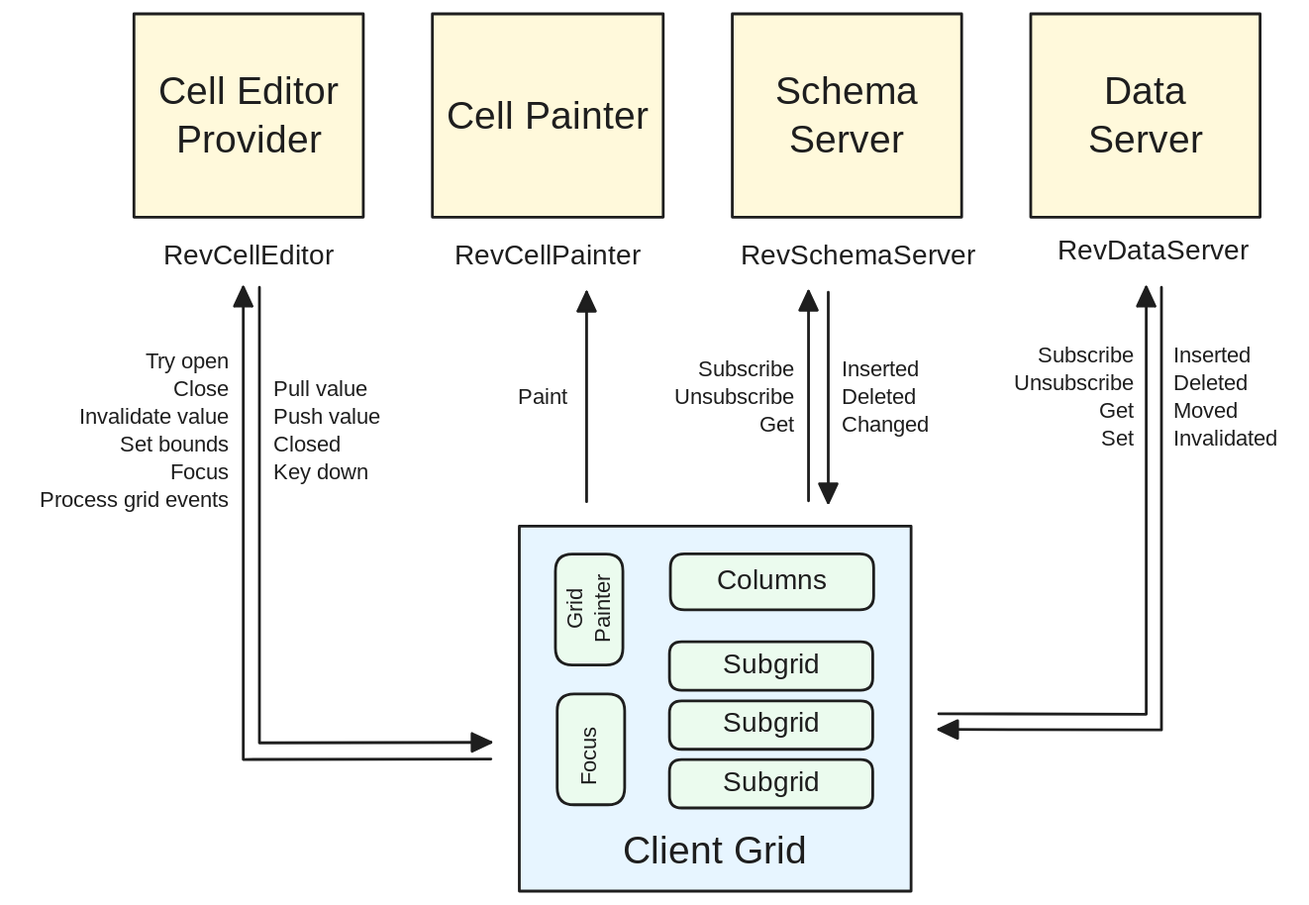
This is src-docs/architecture/top-level/client-server/revgrid-client-server-architecture.excalidraw.svg from revgrid/revgrid, a Excalidraw export, as it was before one commit. Source tidied: one line per element, renumbered; positions are measured from the earlier drawing's top-left corner, leaving out a move shared by most shapes. Source of this version:
```json
{"id": 0, "type": "text", "text": "Try open\nClose\nInvalidate value\nSet bounds\nFocus\nProcess grid events", "strokeColor": "#1e1e1e", "strokeWidth": 2, "roughness": 0, "fontSize": 16, "fontFamily": 5, "textAlign": "right", "x": 0, "y": 242, "width": 155, "height": 120}
{"id": 1, "type": "rectangle", "strokeColor": "#1e1e1e", "backgroundColor": "#e7f5ff", "fillStyle": "solid", "strokeWidth": 2, "roughness": 0, "x": 365, "y": 370, "width": 283, "height": 263}
{"id": 2, "type": "rectangle", "strokeColor": "#1e1e1e", "backgroundColor": "#ebfbee", "fillStyle": "solid", "strokeWidth": 2, "roughness": 0, "round": true, "x": 473, "y": 496, "width": 147, "height": 35}
{"id": 3, "type": "text", "text": "Subgrid", "strokeColor": "#1e1e1e", "strokeWidth": 2, "roughness": 0, "fontSize": 20, "fontFamily": 5, "textAlign": "center", "verticalAlign": "middle", "inside": 2, "x": 511, "y": 501, "width": 72, "height": 25}
{"id": 4, "type": "text", "text": "Client Grid", "strokeColor": "#1e1e1e", "strokeWidth": 2, "roughness": 0, "fontSize": 28, "fontFamily": 6, "textAlign": "center", "x": 421, "y": 586, "width": 170, "height": 35}
{"id": 5, "type": "rectangle", "strokeColor": "#1e1e1e", "backgroundColor": "#ebfbee", "fillStyle": "solid", "strokeWidth": 2, "roughness": 0, "round": true, "x": 473, "y": 453, "width": 147, "height": 35}
{"id": 6, "type": "text", "text": "Subgrid", "strokeColor": "#1e1e1e", "strokeWidth": 2, "roughness": 0, "fontSize": 20, "fontFamily": 5, "textAlign": "center", "verticalAlign": "middle", "inside": 5, "x": 511, "y": 458, "width": 72, "height": 25}
{"id": 7, "type": "rectangle", "strokeColor": "#1e1e1e", "backgroundColor": "#ebfbee", "fillStyle": "solid", "strokeWidth": 2, "roughness": 0, "round": true, "x": 474, "y": 390, "width": 147, "height": 40}
{"id": 8, "type": "text", "text": "Columns", "strokeColor": "#1e1e1e", "strokeWidth": 2, "roughness": 0, "fontSize": 20, "fontFamily": 5, "textAlign": "center", "verticalAlign": "middle", "inside": 7, "x": 510, "y": 397, "width": 75, "height": 25}
{"id": 9, "type": "rectangle", "strokeColor": "#1e1e1e", "backgroundColor": "#ebfbee", "fillStyle": "solid", "strokeWidth": 2, "roughness": 0, "round": true, "x": 473, "y": 538, "width": 147, "height": 35}
{"id": 10, "type": "text", "text": "Subgrid", "strokeColor": "#1e1e1e", "strokeWidth": 2, "roughness": 0, "fontSize": 20, "fontFamily": 5, "textAlign": "center", "verticalAlign": "middle", "inside": 9, "x": 511, "y": 543, "width": 72, "height": 25}
{"id": 11, "type": "rectangle", "strokeColor": "#1e1e1e", "backgroundColor": "#fff9db", "fillStyle": "solid", "strokeWidth": 2, "roughness": 0, "x": 518, "y": 0, "width": 165, "height": 147}
{"id": 12, "type": "text", "text": "Schema\nServer", "strokeColor": "#1e1e1e", "strokeWidth": 2, "roughness": 0, "fontSize": 28, "fontFamily": 6, "textAlign": "center", "verticalAlign": "middle", "inside": 11, "x": 551, "y": 38, "width": 101, "height": 70}
{"id": 13, "type": "rectangle", "strokeColor": "#1e1e1e", "backgroundColor": "#fff9db", "fillStyle": "solid", "strokeWidth": 2, "roughness": 0, "x": 734, "y": 0, "width": 165, "height": 147}
{"id": 14, "type": "text", "text": "Data\nServer", "strokeColor": "#1e1e1e", "strokeWidth": 2, "roughness": 0, "fontSize": 28, "fontFamily": 6, "textAlign": "center", "verticalAlign": "middle", "inside": 13, "x": 775, "y": 38, "width": 83, "height": 70}
{"id": 15, "type": "rectangle", "strokeColor": "#1e1e1e", "backgroundColor": "#fff9db", "fillStyle": "solid", "strokeWidth": 2, "roughness": 0, "x": 87, "y": 0, "width": 165, "height": 147}
{"id": 16, "type": "text", "text": "Cell Editor\nProvider", "strokeColor": "#1e1e1e", "strokeWidth": 2, "roughness": 0, "fontSize": 28, "fontFamily": 6, "textAlign": "center", "verticalAlign": "middle", "inside": 15, "x": 103, "y": 38, "width": 133, "height": 70}
{"id": 17, "type": "rectangle", "strokeColor": "#1e1e1e", "backgroundColor": "#fff9db", "fillStyle": "solid", "strokeWidth": 2, "roughness": 0, "x": 302, "y": 0, "width": 167, "height": 147}
{"id": 18, "type": "text", "text": "Cell Painter", "strokeColor": "#1e1e1e", "strokeWidth": 2, "roughness": 0, "fontSize": 28, "fontFamily": 6, "textAlign": "center", "verticalAlign": "middle", "inside": 17, "x": 311, "y": 56, "width": 148, "height": 35}
{"id": 19, "type": "arrow", "strokeColor": "#1e1e1e", "strokeWidth": 2, "roughness": 0, "endArrowhead": "triangle", "to": 1, "x": 588, "y": 201, "width": 0, "height": 152, "points": [[0, 0], [0, 152]]}
{"id": 20, "type": "arrow", "strokeColor": "#1e1e1e", "strokeWidth": 2, "roughness": 0, "startArrowhead": "triangle", "x": 573, "y": 200, "width": 0, "height": 151, "points": [[0, 0], [0, 151]]}
{"id": 21, "type": "arrow", "strokeColor": "#1e1e1e", "strokeWidth": 2, "roughness": 0, "startArrowhead": "triangle", "x": 413, "y": 201, "width": 0, "height": 151, "points": [[0, 0], [0, 151]]}
{"id": 22, "type": "text", "text": "Subscribe\nUnsubscribe\nGet", "strokeColor": "#1e1e1e", "strokeWidth": 2, "roughness": 0, "fontSize": 16, "fontFamily": 5, "textAlign": "right", "x": 472, "y": 248, "width": 91, "height": 60}
{"id": 23, "type": "text", "text": "Inserted\nDeleted\nChanged", "strokeColor": "#1e1e1e", "strokeWidth": 2, "roughness": 0, "fontSize": 16, "fontFamily": 5, "x": 597, "y": 248, "width": 68, "height": 60}
{"id": 24, "type": "arrow", "strokeColor": "#1e1e1e", "strokeWidth": 2, "roughness": 0, "endArrowhead": "triangle", "x": 828, "y": 197, "width": 161, "height": 319, "points": [[0, 0], [0, 319], [-161, 319]]}
{"id": 25, "type": "arrow", "strokeColor": "#1e1e1e", "strokeWidth": 2, "roughness": 0, "startArrowhead": "triangle", "x": 165, "y": 197, "width": 179, "height": 341, "points": [[0, 0], [0, 341], [179, 340]]}
{"id": 26, "type": "arrow", "strokeColor": "#1e1e1e", "strokeWidth": 2, "roughness": 0, "startArrowhead": "triangle", "x": 817, "y": 197, "width": 150, "height": 308, "points": [[0, 0], [0, 308], [-150, 308]]}
{"id": 27, "type": "arrow", "strokeColor": "#1e1e1e", "strokeWidth": 2, "roughness": 0, "endArrowhead": "triangle", "x": 177, "y": 197, "width": 167, "height": 329, "points": [[0, 0], [0, 329], [167, 328]]}
{"id": 28, "type": "text", "text": "Subscribe\nUnsubscribe\nGet\nSet", "strokeColor": "#1e1e1e", "strokeWidth": 2, "roughness": 0, "fontSize": 16, "fontFamily": 5, "textAlign": "right", "x": 717, "y": 238, "width": 91, "height": 80}
{"id": 29, "type": "text", "text": "Pull value\nPush value\nClosed\nKey down", "strokeColor": "#1e1e1e", "strokeWidth": 2, "roughness": 0, "fontSize": 16, "fontFamily": 5, "x": 187, "y": 262, "width": 82, "height": 80}
{"id": 30, "type": "text", "text": "Inserted\nDeleted\nMoved\nInvalidated", "strokeColor": "#1e1e1e", "strokeWidth": 2, "roughness": 0, "fontSize": 16, "fontFamily": 5, "x": 837, "y": 238, "width": 88, "height": 80}
{"id": 31, "type": "rectangle", "strokeColor": "#1e1e1e", "backgroundColor": "#ebfbee", "fillStyle": "solid", "strokeWidth": 2, "roughness": 0, "round": true, "x": 392, "y": 491, "width": 49, "height": 80}
{"id": 32, "type": "text", "text": "Focus", "strokeColor": "#1e1e1e", "angle": 4.71, "strokeWidth": 2, "roughness": 0, "fontSize": 16, "fontFamily": 5, "x": 390, "y": 521, "width": 51, "height": 20}
{"id": 33, "type": "text", "text": "RevDataServer", "strokeColor": "#1e1e1e", "backgroundColor": "#ebfbee", "fillStyle": "solid", "strokeWidth": 2, "roughness": 0, "fontSize": 20, "fontFamily": 5, "textAlign": "center", "x": 742, "y": 160, "width": 159, "height": 25}
{"id": 34, "type": "text", "text": "RevSchemaServer", "strokeColor": "#1e1e1e", "backgroundColor": "#ebfbee", "fillStyle": "solid", "strokeWidth": 2, "roughness": 0, "fontSize": 20, "fontFamily": 5, "textAlign": "center", "x": 518, "y": 163, "width": 182, "height": 25}
{"id": 35, "type": "text", "text": "RevCellPainter", "strokeColor": "#1e1e1e", "backgroundColor": "#ebfbee", "fillStyle": "solid", "strokeWidth": 2, "roughness": 0, "fontSize": 20, "fontFamily": 5, "textAlign": "center", "x": 294, "y": 163, "width": 182, "height": 25}
{"id": 36, "type": "text", "text": "RevCellEditor", "strokeColor": "#1e1e1e", "backgroundColor": "#ebfbee", "fillStyle": "solid", "strokeWidth": 2, "roughness": 0, "fontSize": 20, "fontFamily": 5, "textAlign": "center", "x": 78, "y": 163, "width": 182, "height": 25}
{"id": 37, "type": "text", "text": "Paint", "strokeColor": "#1e1e1e", "strokeWidth": 2, "roughness": 0, "fontSize": 16, "fontFamily": 5, "x": 364, "y": 268, "width": 41, "height": 20}
{"id": 38, "type": "rectangle", "strokeColor": "#1e1e1e", "backgroundColor": "#ebfbee", "fillStyle": "solid", "strokeWidth": 2, "roughness": 0, "round": true, "x": 391, "y": 390, "width": 49, "height": 80}
{"id": 39, "type": "text", "text": "Grid\nPainter", "strokeColor": "#1e1e1e", "angle": 4.71, "strokeWidth": 2, "roughness": 0, "fontSize": 16, "fontFamily": 5, "textAlign": "center", "x": 386, "y": 409, "width": 59, "height": 40}
```
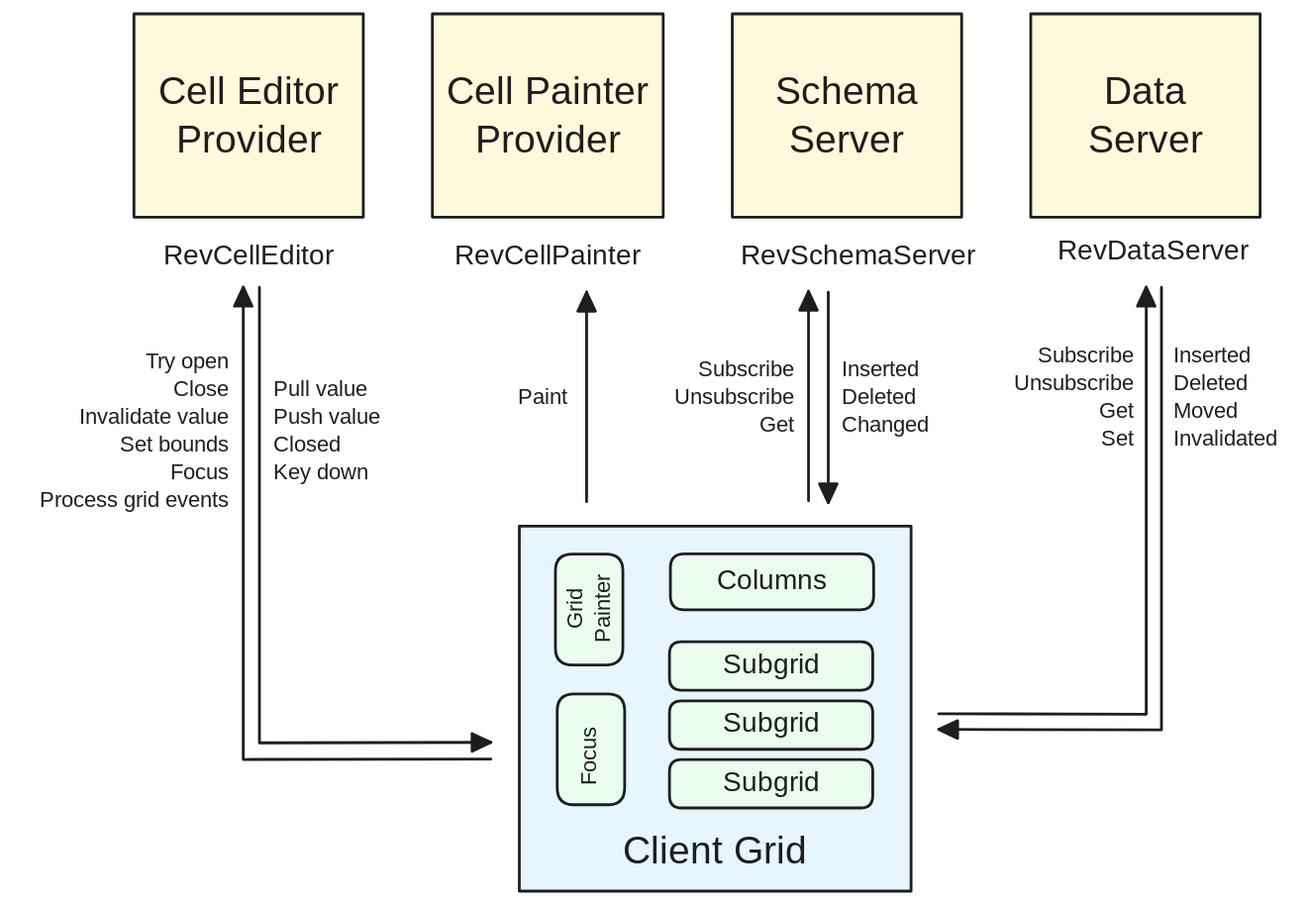
Later version of the same file.

Commit message:
Update revgrid-client-server-architecture diagram

Change to the diagram source:
```diff
@@ -16,7 +16,7 @@
 {"id": 15, "type": "rectangle", "strokeColor": "#1e1e1e", "backgroundColor": "#fff9db", "fillStyle": "solid", "strokeWidth": 2, "roughness": 0, "x": 87, "y": 0, "width": 165, "height": 147}
 {"id": 16, "type": "text", "text": "Cell Editor\nProvider", "strokeColor": "#1e1e1e", "strokeWidth": 2, "roughness": 0, "fontSize": 28, "fontFamily": 6, "textAlign": "center", "verticalAlign": "middle", "inside": 15, "x": 103, "y": 38, "width": 133, "height": 70}
 {"id": 17, "type": "rectangle", "strokeColor": "#1e1e1e", "backgroundColor": "#fff9db", "fillStyle": "solid", "strokeWidth": 2, "roughness": 0, "x": 302, "y": 0, "width": 167, "height": 147}
-{"id": 18, "type": "text", "text": "Cell Painter", "strokeColor": "#1e1e1e", "strokeWidth": 2, "roughness": 0, "fontSize": 28, "fontFamily": 6, "textAlign": "center", "verticalAlign": "middle", "inside": 17, "x": 311, "y": 56, "width": 148, "height": 35}
+{"id": 18, "type": "text", "text": "Cell Painter\nProvider", "strokeColor": "#1e1e1e", "strokeWidth": 2, "roughness": 0, "fontSize": 28, "fontFamily": 6, "textAlign": "center", "verticalAlign": "middle", "inside": 17, "x": 311, "y": 38, "width": 148, "height": 70}
 {"id": 19, "type": "arrow", "strokeColor": "#1e1e1e", "strokeWidth": 2, "roughness": 0, "endArrowhead": "triangle", "to": 1, "x": 588, "y": 201, "width": 0, "height": 152, "points": [[0, 0], [0, 152]]}
 {"id": 20, "type": "arrow", "strokeColor": "#1e1e1e", "strokeWidth": 2, "roughness": 0, "startArrowhead": "triangle", "x": 573, "y": 200, "width": 0, "height": 151, "points": [[0, 0], [0, 151]]}
 {"id": 21, "type": "arrow", "strokeColor": "#1e1e1e", "strokeWidth": 2, "roughness": 0, "startArrowhead": "triangle", "x": 413, "y": 201, "width": 0, "height": 151, "points": [[0, 0], [0, 151]]}
```
